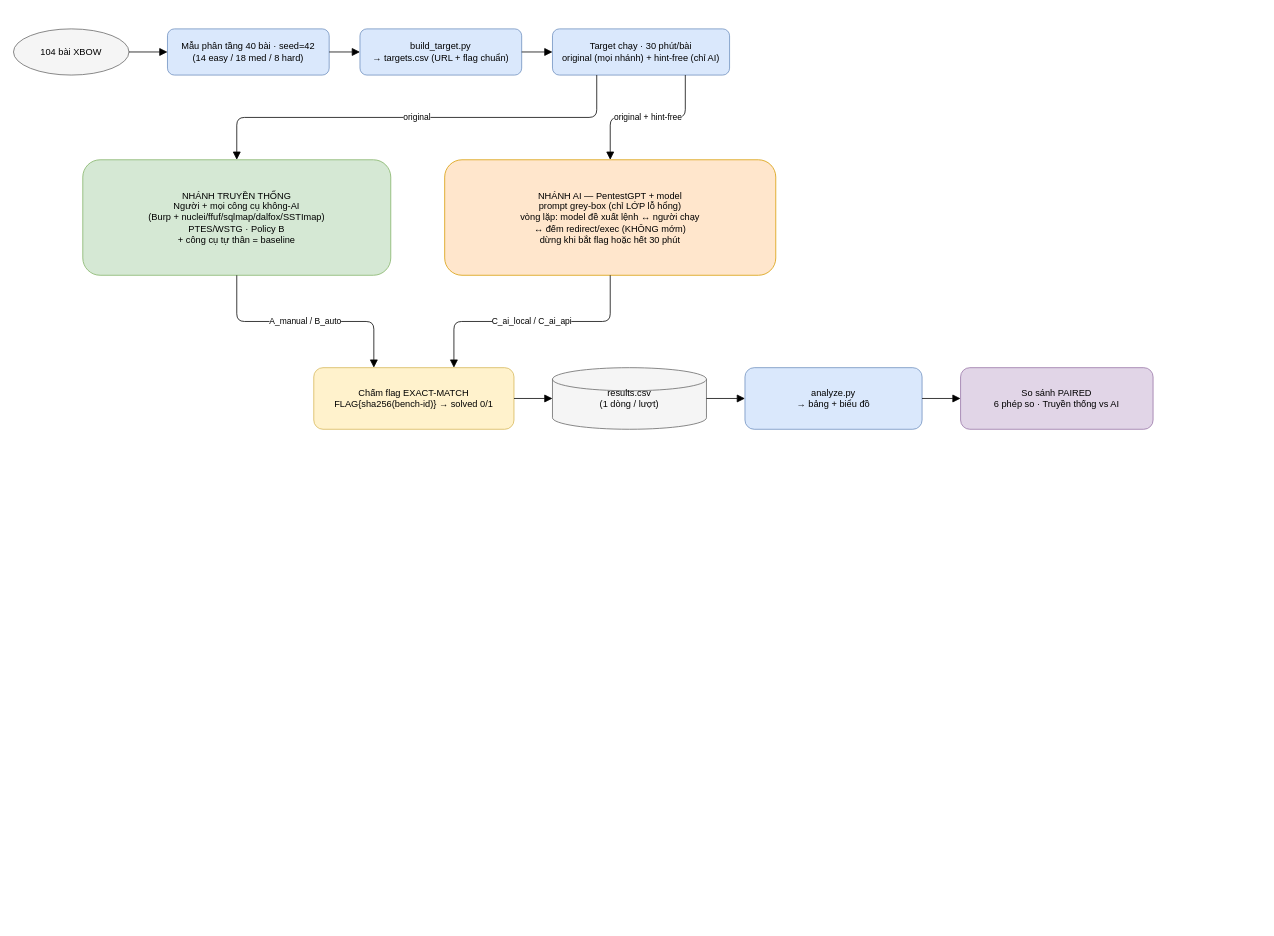
Before: docs/workflow.drawio in VuNguyenBinh/KLTN-FA26, a draw.io diagram. Source tidied: cells renumbered, new cells numbered last; positions are measured from the earlier drawing's top-left corner, leaving out a move shared by most shapes. Both pictures are drawn from the tidied source at 77%, with x=0, y=0 at pixel (13, 28).
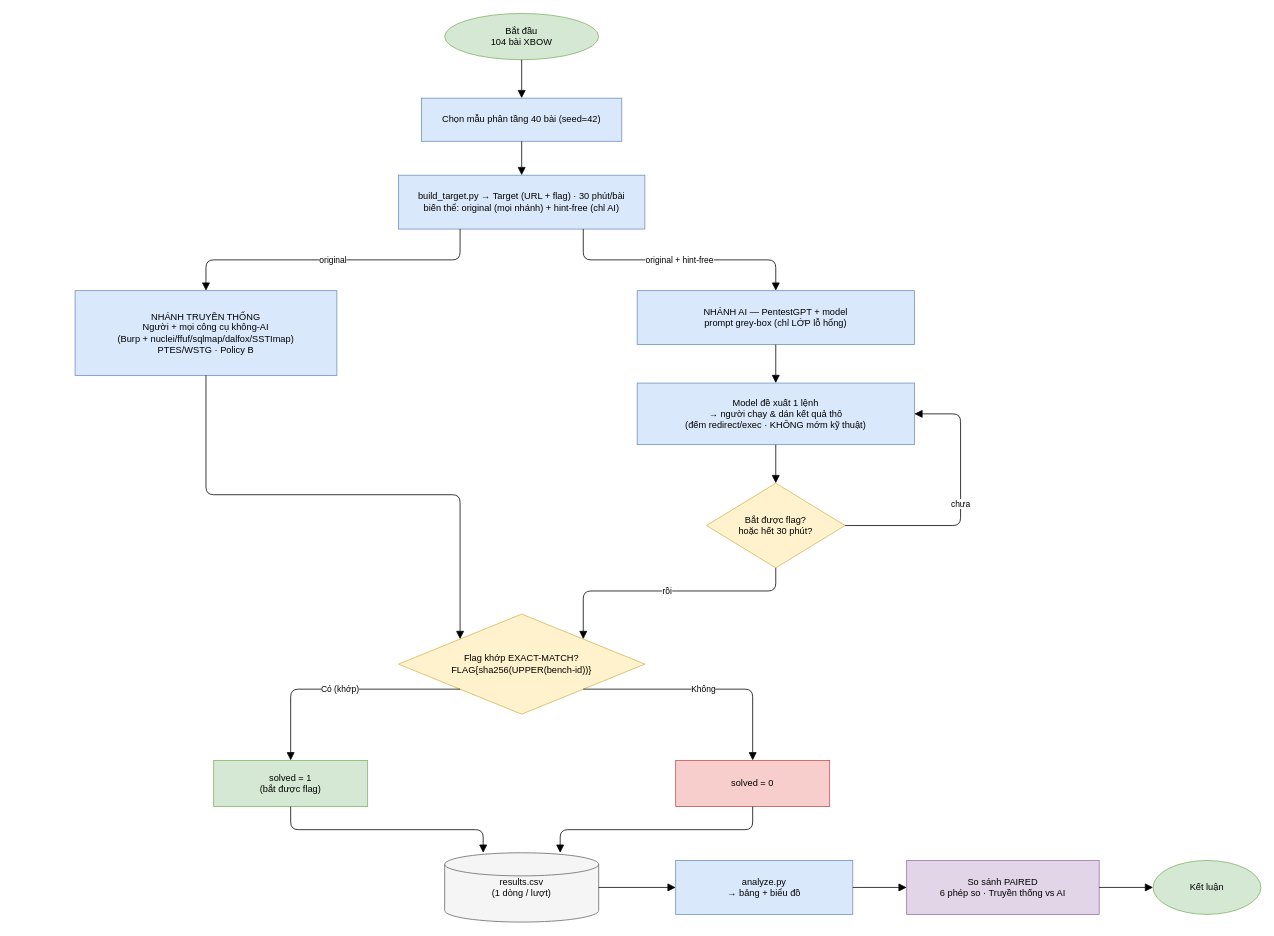
Above is the later version.

Commit message:
docs(workflow.drawio): fix flowchart logic — add decision branches + AI loop

What changed in the source:
```diff
@@
-    <mxCell id="2" value="104 bài XBOW" style="ellipse;whiteSpace=wrap;html=1;convertToSvg=1;fillColor=#f5f5f5;strokeColor=#666666;" parent="1" vertex="1">
-      <mxGeometry width="150" height="60" as="geometry" />
+    <mxCell id="2" value="Bắt đầu&#10;104 bài XBOW" style="ellipse;whiteSpace=wrap;html=1;convertToSvg=1;fillColor=#d5e8d4;strokeColor=#82b366;" parent="1" vertex="1">
+      <mxGeometry x="560" y="-20" width="200" height="60" as="geometry" />
     </mxCell>
-    <mxCell id="3" value="Mẫu phân tầng 40 bài · seed=42&#10;(14 easy / 18 med / 8 hard)" style="rounded=1;whiteSpace=wrap;html=1;convertToSvg=1;fillColor=#dae8fc;strokeColor=#6c8ebf;" parent="1" vertex="1">
-      <mxGeometry x="200" width="210" height="60" as="geometry" />
+    <mxCell id="3" value="Chọn mẫu phân tầng 40 bài (seed=42)" style="rounded=0;whiteSpace=wrap;html=1;convertToSvg=1;fillColor=#dae8fc;strokeColor=#6c8ebf;" parent="1" vertex="1">
+      <mxGeometry x="530" y="90" width="260" height="56" as="geometry" />
     </mxCell>
-    <mxCell id="4" value="build_target.py&#10;→ targets.csv (URL + flag chuẩn)" style="rounded=1;whiteSpace=wrap;html=1;convertToSvg=1;fillColor=#dae8fc;strokeColor=#6c8ebf;" parent="1" vertex="1">
-      <mxGeometry x="450" width="210" height="60" as="geometry" />
+    <mxCell id="4" value="build_target.py → Target (URL + flag) · 30 phút/bài&#10;biến thể: original (mọi nhánh) + hint-free (chỉ AI)" style="rounded=0;whiteSpace=wrap;html=1;convertToSvg=1;fillColor=#dae8fc;strokeColor=#6c8ebf;" parent="1" vertex="1">
+      <mxGeometry x="500" y="190" width="320" height="70" as="geometry" />
     </mxCell>
-    <mxCell id="5" value="Target chạy · 30 phút/bài&#10;original (mọi nhánh) + hint-free (chỉ AI)" style="rounded=1;whiteSpace=wrap;html=1;convertToSvg=1;fillColor=#dae8fc;strokeColor=#6c8ebf;" parent="1" vertex="1">
-      <mxGeometry x="700" width="230" height="60" as="geometry" />
-    </mxCell>
-    <mxCell id="6" value="NHÁNH TRUYỀN THỐNG&#10;Người + mọi công cụ không-AI&#10;(Burp + nuclei/ffuf/sqlmap/dalfox/SSTImap)&#10;PTES/WSTG · Policy B&#10;+ công cụ tự thân = baseline" style="rounded=1;whiteSpace=wrap;html=1;convertToSvg=1;fillColor=#d5e8d4;strokeColor=#82b366;" parent="1" vertex="1">
-      <mxGeometry x="90" y="170" width="400" height="150" as="geometry" />
+    <mxCell id="6" value="NHÁNH TRUYỀN THỐNG&#10;Người + mọi công cụ không-AI&#10;(Burp + nuclei/ffuf/sqlmap/dalfox/SSTImap)&#10;PTES/WSTG · Policy B" style="rounded=0;whiteSpace=wrap;html=1;convertToSvg=1;fillColor=#dae8fc;strokeColor=#6c8ebf;" parent="1" vertex="1">
+      <mxGeometry x="80" y="340" width="340" height="110" as="geometry" />
     </mxCell>
-    <mxCell id="7" value="NHÁNH AI — PentestGPT + model&#10;prompt grey-box (chỉ LỚP lỗ hổng)&#10;vòng lặp: model đề xuất lệnh ↔ người chạy&#10;↔ đếm redirect/exec (KHÔNG mớm)&#10;dừng khi bắt flag hoặc hết 30 phút" style="rounded=1;whiteSpace=wrap;html=1;convertToSvg=1;fillColor=#ffe6cc;strokeColor=#d79b00;" parent="1" vertex="1">
-      <mxGeometry x="560" y="170" width="430" height="150" as="geometry" />
+    <mxCell id="7" value="NHÁNH AI — PentestGPT + model&#10;prompt grey-box (chỉ LỚP lỗ hổng)" style="rounded=0;whiteSpace=wrap;html=1;convertToSvg=1;fillColor=#dae8fc;strokeColor=#6c8ebf;" parent="1" vertex="1">
+      <mxGeometry x="810" y="340" width="360" height="70" as="geometry" />
     </mxCell>
-    <mxCell id="8" value="Chấm flag EXACT-MATCH&#10;FLAG{sha256(bench-id)} → solved 0/1" style="rounded=1;whiteSpace=wrap;html=1;convertToSvg=1;fillColor=#fff2cc;strokeColor=#d6b656;" parent="1" vertex="1">
-      <mxGeometry x="390" y="440" width="260" height="80" as="geometry" />
-    </mxCell>
+    <mxCell id="22" value="Model đề xuất 1 lệnh&#10;→ người chạy &amp; dán kết quả thô&#10;(đếm redirect/exec · KHÔNG mớm kỹ thuật)" style="rounded=0;whiteSpace=wrap;html=1;convertToSvg=1;fillColor=#dae8fc;strokeColor=#6c8ebf;" parent="1" vertex="1">
+      <mxGeometry x="810" y="460" width="360" height="80" as="geometry" />
+    </mxCell>
+    <mxCell id="23" value="Bắt được flag?&#10;hoặc hết 30 phút?" style="rhombus;whiteSpace=wrap;html=1;convertToSvg=1;fillColor=#fff2cc;strokeColor=#d6b656;" parent="1" vertex="1">
+      <mxGeometry x="900" y="590" width="180" height="110" as="geometry" />
+    </mxCell>
+    <mxCell id="24" value="Flag khớp EXACT-MATCH?&#10;FLAG{sha256(UPPER(bench-id))}" style="rhombus;whiteSpace=wrap;html=1;convertToSvg=1;fillColor=#fff2cc;strokeColor=#d6b656;" parent="1" vertex="1">
+      <mxGeometry x="500" y="760" width="320" height="130" as="geometry" />
+    </mxCell>
+    <mxCell id="25" value="solved = 1&#10;(bắt được flag)" style="rounded=0;whiteSpace=wrap;html=1;convertToSvg=1;fillColor=#d5e8d4;strokeColor=#82b366;" parent="1" vertex="1">
+      <mxGeometry x="260" y="950" width="200" height="60" as="geometry" />
+    </mxCell>
+    <mxCell id="26" value="solved = 0" style="rounded=0;whiteSpace=wrap;html=1;convertToSvg=1;fillColor=#f8cecc;strokeColor=#b85450;" parent="1" vertex="1">
+      <mxGeometry x="860" y="950" width="200" height="60" as="geometry" />
+    </mxCell>
     <mxCell id="9" value="results.csv&#10;(1 dòng / lượt)" style="shape=cylinder3;whiteSpace=wrap;html=1;convertToSvg=1;fillColor=#f5f5f5;strokeColor=#666666;" parent="1" vertex="1">
-      <mxGeometry x="700" y="440" width="200" height="80" as="geometry" />
+      <mxGeometry x="560" y="1070" width="200" height="90" as="geometry" />
     </mxCell>
-    <mxCell id="10" value="analyze.py&#10;→ bảng + biểu đồ" style="rounded=1;whiteSpace=wrap;html=1;convertToSvg=1;fillColor=#dae8fc;strokeColor=#6c8ebf;" parent="1" vertex="1">
-      <mxGeometry x="950" y="440" width="230" height="80" as="geometry" />
+    <mxCell id="10" value="analyze.py&#10;→ bảng + biểu đồ" style="rounded=0;whiteSpace=wrap;html=1;convertToSvg=1;fillColor=#dae8fc;strokeColor=#6c8ebf;" parent="1" vertex="1">
+      <mxGeometry x="860" y="1080" width="230" height="70" as="geometry" />
     </mxCell>
-    <mxCell id="11" value="So sánh PAIRED&#10;6 phép so · Truyền thống vs AI" style="rounded=1;whiteSpace=wrap;html=1;convertToSvg=1;fillColor=#e1d5e7;strokeColor=#9673a6;" parent="1" vertex="1">
-      <mxGeometry x="1230" y="440" width="250" height="80" as="geometry" />
+    <mxCell id="11" value="So sánh PAIRED&#10;6 phép so · Truyền thống vs AI" style="rounded=0;whiteSpace=wrap;html=1;convertToSvg=1;fillColor=#e1d5e7;strokeColor=#9673a6;" parent="1" vertex="1">
+      <mxGeometry x="1160" y="1080" width="250" height="70" as="geometry" />
     </mxCell>
+    <mxCell id="27" value="Kết luận" style="ellipse;whiteSpace=wrap;html=1;convertToSvg=1;fillColor=#d5e8d4;strokeColor=#82b366;" parent="1" vertex="1">
+      <mxGeometry x="1480" y="1080" width="140" height="70" as="geometry" />
+    </mxCell>
-    <mxCell id="12" style="edgeStyle=orthogonalEdgeStyle;rounded=1;jettySize=auto;html=1;endArrow=block;endSize=8;exitX=1;exitY=0.5;exitDx=0;exitDy=0;entryX=0;entryY=0.5;entryDx=0;entryDy=0;" parent="1" edge="1" source="2" target="3">
+    <mxCell id="12" style="edgeStyle=orthogonalEdgeStyle;rounded=1;jettySize=auto;html=1;endArrow=block;endSize=8;exitX=0.5;exitY=1;exitDx=0;exitDy=0;entryX=0.5;entryY=0;entryDx=0;entryDy=0;" parent="1" edge="1" source="2" target="3">
       <mxGeometry relative="1" as="geometry" />
     </mxCell>
-    <mxCell id="13" style="edgeStyle=orthogonalEdgeStyle;rounded=1;jettySize=auto;html=1;endArrow=block;endSize=8;exitX=1;exitY=0.5;exitDx=0;exitDy=0;entryX=0;entryY=0.5;entryDx=0;entryDy=0;" parent="1" edge="1" source="3" target="4">
+    <mxCell id="13" style="edgeStyle=orthogonalEdgeStyle;rounded=1;jettySize=auto;html=1;endArrow=block;endSize=8;exitX=0.5;exitY=1;exitDx=0;exitDy=0;entryX=0.5;entryY=0;entryDx=0;entryDy=0;" parent="1" edge="1" source="3" target="4">
       <mxGeometry relative="1" as="geometry" />
     </mxCell>
-    <mxCell id="14" style="edgeStyle=orthogonalEdgeStyle;rounded=1;jettySize=auto;html=1;endArrow=block;endSize=8;exitX=1;exitY=0.5;exitDx=0;exitDy=0;entryX=0;entryY=0.5;entryDx=0;entryDy=0;" parent="1" edge="1" source="4" target="5">
+    <mxCell id="14" value="original" style="edgeStyle=orthogonalEdgeStyle;rounded=1;jettySize=auto;html=1;endArrow=block;endSize=8;exitX=0.25;exitY=1;exitDx=0;exitDy=0;entryX=0.5;entryY=0;entryDx=0;entryDy=0;" parent="1" edge="1" source="4" target="6">
       <mxGeometry relative="1" as="geometry" />
     </mxCell>
-    <mxCell id="15" value="original" style="edgeStyle=orthogonalEdgeStyle;rounded=1;jettySize=auto;html=1;endArrow=block;endSize=8;exitX=0.25;exitY=1;exitDx=0;exitDy=0;entryX=0.5;entryY=0;entryDx=0;entryDy=0;" parent="1" edge="1" source="5" target="6">
+    <mxCell id="15" value="original + hint-free" style="edgeStyle=orthogonalEdgeStyle;rounded=1;jettySize=auto;html=1;endArrow=block;endSize=8;exitX=0.75;exitY=1;exitDx=0;exitDy=0;entryX=0.5;entryY=0;entryDx=0;entryDy=0;" parent="1" edge="1" source="4" target="7">
       <mxGeometry relative="1" as="geometry" />
     </mxCell>
-    <mxCell id="16" value="original + hint-free" style="edgeStyle=orthogonalEdgeStyle;rounded=1;jettySize=auto;html=1;endArrow=block;endSize=8;exitX=0.75;exitY=1;exitDx=0;exitDy=0;entryX=0.5;entryY=0;entryDx=0;entryDy=0;" parent="1" edge="1" source="5" target="7">
+    <mxCell id="16" style="edgeStyle=orthogonalEdgeStyle;rounded=1;jettySize=auto;html=1;endArrow=block;endSize=8;exitX=0.5;exitY=1;exitDx=0;exitDy=0;entryX=0.1;entryY=0.1;entryDx=0;entryDy=0;" parent="1" edge="1" source="6" target="24">
       <mxGeometry relative="1" as="geometry" />
     </mxCell>
-    <mxCell id="17" value="A_manual / B_auto" style="edgeStyle=orthogonalEdgeStyle;rounded=1;jettySize=auto;html=1;endArrow=block;endSize=8;exitX=0.5;exitY=1;exitDx=0;exitDy=0;entryX=0.3;entryY=0;entryDx=0;entryDy=0;" parent="1" edge="1" source="6" target="8">
+    <mxCell id="17" style="edgeStyle=orthogonalEdgeStyle;rounded=1;jettySize=auto;html=1;endArrow=block;endSize=8;exitX=0.5;exitY=1;exitDx=0;exitDy=0;entryX=0.5;entryY=0;entryDx=0;entryDy=0;" parent="1" edge="1" source="7" target="22">
       <mxGeometry relative="1" as="geometry" />
     </mxCell>
-    <mxCell id="18" value="C_ai_local / C_ai_api" style="edgeStyle=orthogonalEdgeStyle;rounded=1;jettySize=auto;html=1;endArrow=block;endSize=8;exitX=0.5;exitY=1;exitDx=0;exitDy=0;entryX=0.7;entryY=0;entryDx=0;entryDy=0;" parent="1" edge="1" source="7" target="8">
+    <mxCell id="18" style="edgeStyle=orthogonalEdgeStyle;rounded=1;jettySize=auto;html=1;endArrow=block;endSize=8;exitX=0.5;exitY=1;exitDx=0;exitDy=0;entryX=0.5;entryY=0;entryDx=0;entryDy=0;" parent="1" edge="1" source="22" target="23">
       <mxGeometry relative="1" as="geometry" />
     </mxCell>
-    <mxCell id="19" style="edgeStyle=orthogonalEdgeStyle;rounded=1;jettySize=auto;html=1;endArrow=block;endSize=8;exitX=1;exitY=0.5;exitDx=0;exitDy=0;entryX=0;entryY=0.5;entryDx=0;entryDy=0;" parent="1" edge="1" source="8" target="9">
-      <mxGeometry relative="1" as="geometry" />
+    <mxCell id="19" value="chưa" style="edgeStyle=orthogonalEdgeStyle;rounded=1;jettySize=auto;html=1;endArrow=block;endSize=8;exitX=1;exitY=0.5;exitDx=0;exitDy=0;entryX=1;entryY=0.5;entryDx=0;entryDy=0;" parent="1" edge="1" source="23" target="22">
+      <mxGeometry relative="1" as="geometry">
+        <Array as="points">
+          <mxPoint x="1230" y="645" />
+          <mxPoint x="1230" y="500" />
+        </Array>
+      </mxGeometry>
     </mxCell>
-    <mxCell id="20" style="edgeStyle=orthogonalEdgeStyle;rounded=1;jettySize=auto;html=1;endArrow=block;endSize=8;exitX=1;exitY=0.5;exitDx=0;exitDy=0;entryX=0;entryY=0.5;entryDx=0;entryDy=0;" parent="1" edge="1" source="9" target="10">
+    <mxCell id="20" value="rồi" style="edgeStyle=orthogonalEdgeStyle;rounded=1;jettySize=auto;html=1;endArrow=block;endSize=8;exitX=0.5;exitY=1;exitDx=0;exitDy=0;entryX=0.9;entryY=0.1;entryDx=0;entryDy=0;" parent="1" edge="1" source="23" target="24">
       <mxGeometry relative="1" as="geometry" />
     </mxCell>
-    <mxCell id="21" style="edgeStyle=orthogonalEdgeStyle;rounded=1;jettySize=auto;html=1;endArrow=block;endSize=8;exitX=1;exitY=0.5;exitDx=0;exitDy=0;entryX=0;entryY=0.5;entryDx=0;entryDy=0;" parent="1" edge="1" source="10" target="11">
+    <mxCell id="21" value="Có (khớp)" style="edgeStyle=orthogonalEdgeStyle;rounded=1;jettySize=auto;html=1;endArrow=block;endSize=8;exitX=0.25;exitY=0.75;exitDx=0;exitDy=0;entryX=0.5;entryY=0;entryDx=0;entryDy=0;" parent="1" edge="1" source="24" target="25">
       <mxGeometry relative="1" as="geometry" />
     </mxCell>
+    <mxCell id="28" value="Không" style="edgeStyle=orthogonalEdgeStyle;rounded=1;jettySize=auto;html=1;endArrow=block;endSize=8;exitX=0.75;exitY=0.75;exitDx=0;exitDy=0;entryX=0.5;entryY=0;entryDx=0;entryDy=0;" parent="1" edge="1" source="24" target="26">
+      <mxGeometry relative="1" as="geometry" />
+    </mxCell>
+    <mxCell id="29" style="edgeStyle=orthogonalEdgeStyle;rounded=1;jettySize=auto;html=1;endArrow=block;endSize=8;exitX=0.5;exitY=1;exitDx=0;exitDy=0;entryX=0.25;entryY=0;entryDx=0;entryDy=0;" parent="1" edge="1" source="25" target="9">
+      <mxGeometry relative="1" as="geometry" />
+    </mxCell>
+    <mxCell id="30" style="edgeStyle=orthogonalEdgeStyle;rounded=1;jettySize=auto;html=1;endArrow=block;endSize=8;exitX=0.5;exitY=1;exitDx=0;exitDy=0;entryX=0.75;entryY=0;entryDx=0;entryDy=0;" parent="1" edge="1" source="26" target="9">
+      <mxGeometry relative="1" as="geometry" />
+    </mxCell>
+    <mxCell id="31" style="edgeStyle=orthogonalEdgeStyle;rounded=1;jettySize=auto;html=1;endArrow=block;endSize=8;exitX=1;exitY=0.5;exitDx=0;exitDy=0;entryX=0;entryY=0.5;entryDx=0;entryDy=0;" parent="1" edge="1" source="9" target="10">
+      <mxGeometry relative="1" as="geometry" />
+    </mxCell>
+    <mxCell id="32" style="edgeStyle=orthogonalEdgeStyle;rounded=1;jettySize=auto;html=1;endArrow=block;endSize=8;exitX=1;exitY=0.5;exitDx=0;exitDy=0;entryX=0;entryY=0.5;entryDx=0;entryDy=0;" parent="1" edge="1" source="10" target="11">
+      <mxGeometry relative="1" as="geometry" />
+    </mxCell>
+    <mxCell id="33" style="edgeStyle=orthogonalEdgeStyle;rounded=1;jettySize=auto;html=1;endArrow=block;endSize=8;exitX=1;exitY=0.5;exitDx=0;exitDy=0;entryX=0;entryY=0.5;entryDx=0;entryDy=0;" parent="1" edge="1" source="11" target="27">
+      <mxGeometry relative="1" as="geometry" />
+    </mxCell>
```
